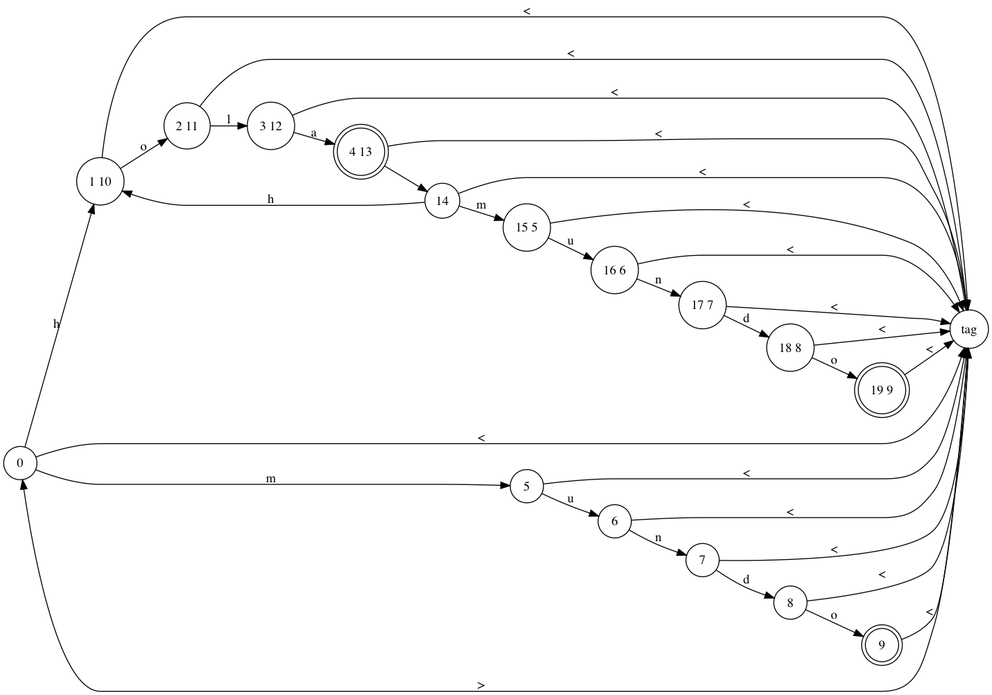
This is determinante.png from GdeAchaval/automaton, a Graphviz export, as it was before one commit. Its source is kept beside it as determinante.dot.
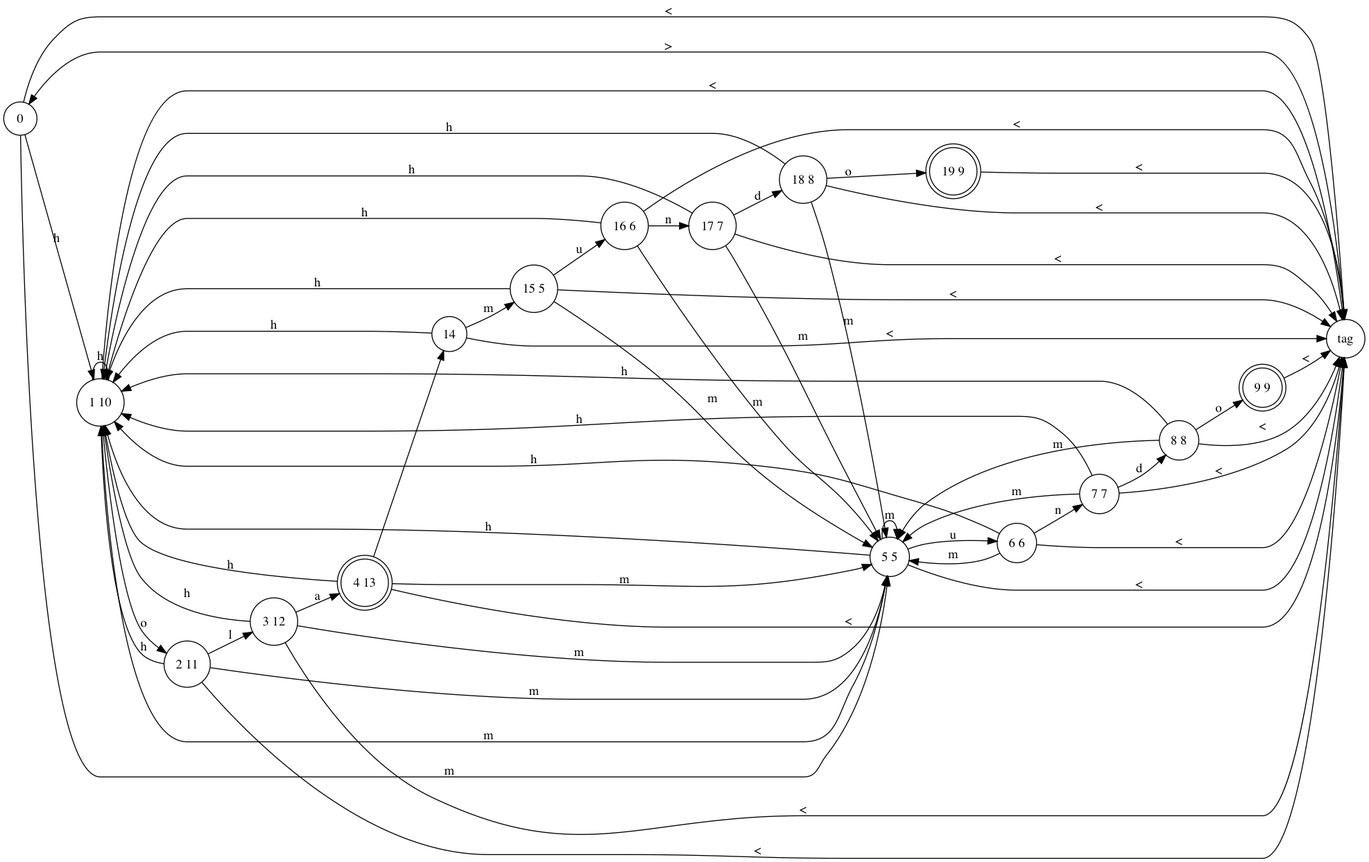
The same file after the commit.

Commit message:
sequence of words that are together are now detected

What changed in the source:
```diff
@@ -3,15 +3,15 @@
 node [shape=circle] Node_0[label="0"];
 node [shape=circle] Node_1_10[label="1 10"];
 node [shape=circle] Node_tag[label="tag"];
-node [shape=circle] Node_5[label="5"];
+node [shape=circle] Node_5_5[label="5 5"];
 node [shape=circle] Node_2_11[label="2 11"];
-node [shape=circle] Node_6[label="6"];
+node [shape=circle] Node_6_6[label="6 6"];
 node [shape=circle] Node_3_12[label="3 12"];
-node [shape=circle] Node_7[label="7"];
+node [shape=circle] Node_7_7[label="7 7"];
 node [shape=doublecircle] Node_4_13[label="4 13"];
-node [shape=circle] Node_8[label="8"];
+node [shape=circle] Node_8_8[label="8 8"];
 node [shape=circle] Node_14[label="14"];
-node [shape=doublecircle] Node_9[label="9"];
+node [shape=doublecircle] Node_9_9[label="9 9"];
 node [shape=circle] Node_15_5[label="15 5"];
 node [shape=circle] Node_16_6[label="16 6"];
 node [shape=circle] Node_17_7[label="17 7"];
@@ -20,35 +20,59 @@
 
 Node_0 -> Node_1_10 [label="h"];
 Node_0 -> Node_tag [label="<"];
-Node_0 -> Node_5 [label="m"];
+Node_0 -> Node_5_5 [label="m"];
+Node_1_10 -> Node_1_10 [label="h"];
 Node_1_10 -> Node_tag [label="<"];
+Node_1_10 -> Node_5_5 [label="m"];
 Node_1_10 -> Node_2_11 [label="o"];
 Node_tag -> Node_0 [label=">"];
-Node_5 -> Node_6 [label="u"];
-Node_5 -> Node_tag [label="<"];
+Node_5_5 -> Node_6_6 [label="u"];
+Node_5_5 -> Node_1_10 [label="h"];
+Node_5_5 -> Node_tag [label="<"];
+Node_5_5 -> Node_5_5 [label="m"];
+Node_2_11 -> Node_1_10 [label="h"];
 Node_2_11 -> Node_tag [label="<"];
 Node_2_11 -> Node_3_12 [label="l"];
-Node_6 -> Node_tag [label="<"];
-Node_6 -> Node_7 [label="n"];
+Node_2_11 -> Node_5_5 [label="m"];
+Node_6_6 -> Node_1_10 [label="h"];
+Node_6_6 -> Node_tag [label="<"];
+Node_6_6 -> Node_5_5 [label="m"];
+Node_6_6 -> Node_7_7 [label="n"];
 Node_3_12 -> Node_4_13 [label="a"];
+Node_3_12 -> Node_1_10 [label="h"];
 Node_3_12 -> Node_tag [label="<"];
-Node_7 -> Node_8 [label="d"];
-Node_7 -> Node_tag [label="<"];
+Node_3_12 -> Node_5_5 [label="m"];
+Node_7_7 -> Node_8_8 [label="d"];
+Node_7_7 -> Node_1_10 [label="h"];
+Node_7_7 -> Node_tag [label="<"];
+Node_7_7 -> Node_5_5 [label="m"];
 Node_4_13 -> Node_14 [label=" "];
+Node_4_13 -> Node_1_10 [label="h"];
 Node_4_13 -> Node_tag [label="<"];
-Node_8 -> Node_tag [label="<"];
-Node_8 -> Node_9 [label="o"];
+Node_4_13 -> Node_5_5 [label="m"];
+Node_8_8 -> Node_1_10 [label="h"];
+Node_8_8 -> Node_tag [label="<"];
+Node_8_8 -> Node_5_5 [label="m"];
+Node_8_8 -> Node_9_9 [label="o"];
 Node_14 -> Node_1_10 [label="h"];
 Node_14 -> Node_tag [label="<"];
 Node_14 -> Node_15_5 [label="m"];
-Node_9 -> Node_tag [label="<"];
+Node_9_9 -> Node_tag [label="<"];
 Node_15_5 -> Node_16_6 [label="u"];
+Node_15_5 -> Node_1_10 [label="h"];
 Node_15_5 -> Node_tag [label="<"];
+Node_15_5 -> Node_5_5 [label="m"];
+Node_16_6 -> Node_1_10 [label="h"];
 Node_16_6 -> Node_tag [label="<"];
+Node_16_6 -> Node_5_5 [label="m"];
 Node_16_6 -> Node_17_7 [label="n"];
 Node_17_7 -> Node_18_8 [label="d"];
+Node_17_7 -> Node_1_10 [label="h"];
 Node_17_7 -> Node_tag [label="<"];
+Node_17_7 -> Node_5_5 [label="m"];
+Node_18_8 -> Node_1_10 [label="h"];
 Node_18_8 -> Node_tag [label="<"];
+Node_18_8 -> Node_5_5 [label="m"];
 Node_18_8 -> Node_19_9 [label="o"];
 Node_19_9 -> Node_tag [label="<"];
 }
```
